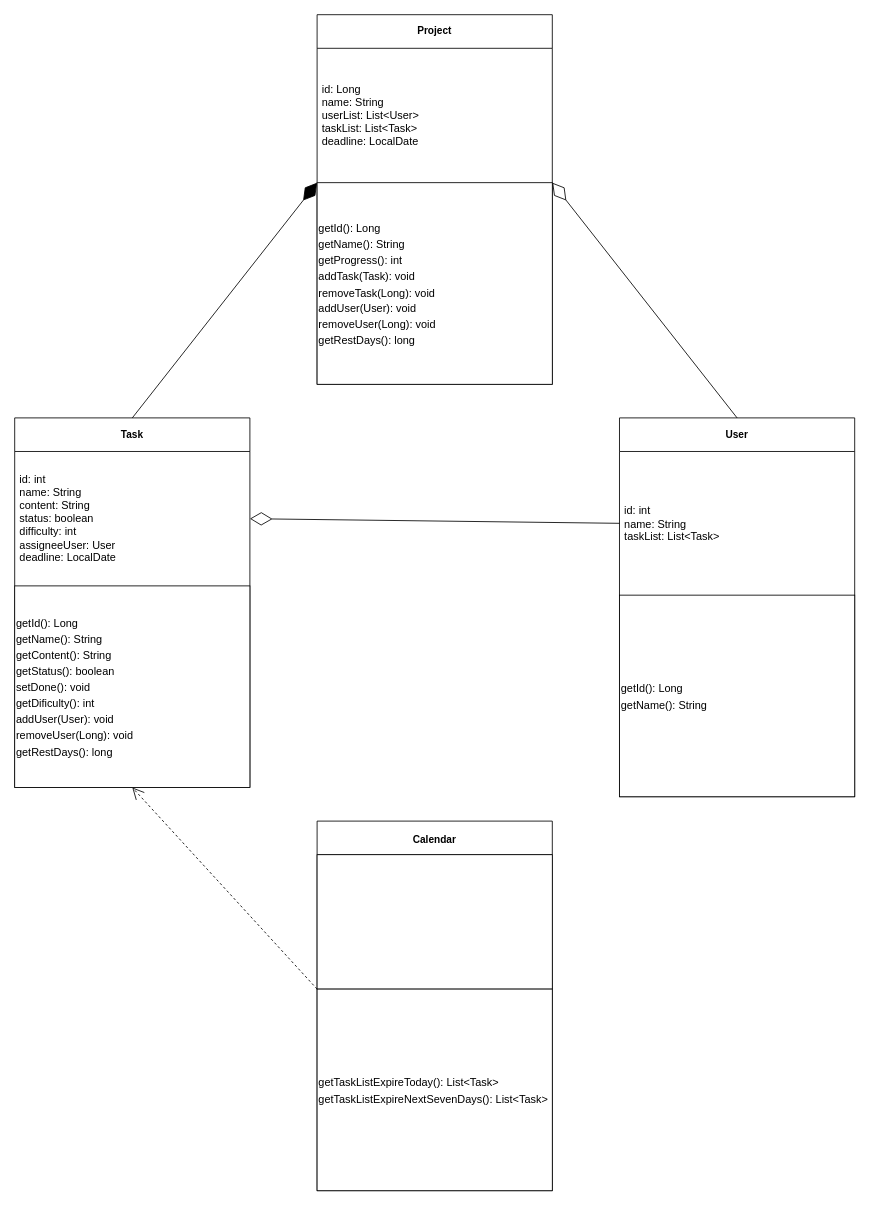
Above: uml.drawio in SibGuys/ood (draw.io), before the change. Source tidied: cells renumbered, new cells numbered last; positions are measured from the earlier drawing's top-left corner, leaving out a move shared by most shapes. Both pictures are drawn from the tidied source at 84%, with x=0, y=0 at pixel (14, 14).
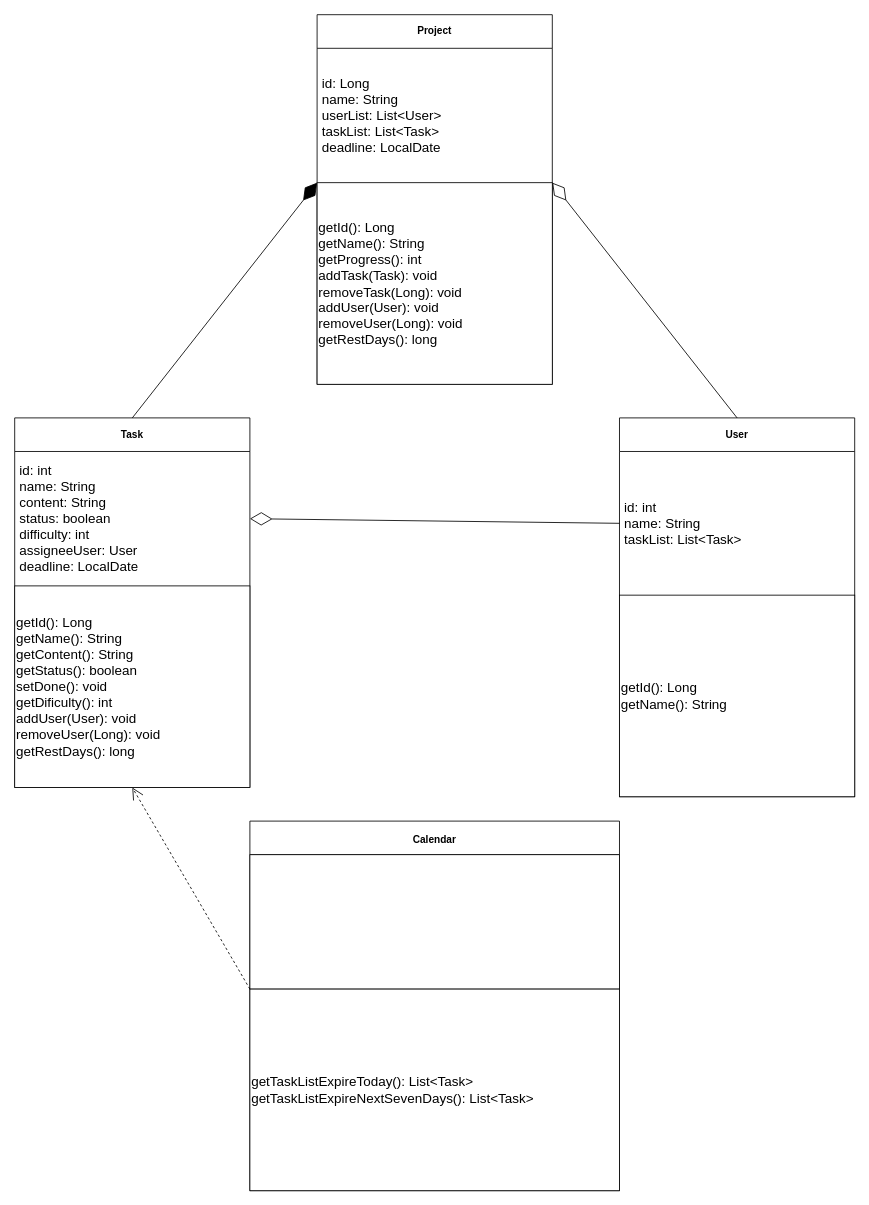
The same diagram, later.

Diff of the diagram source:
```diff
@@
 <mxGraphModel>
   <root>
     <mxCell id="0" />
     <mxCell id="1" parent="0" />
     <mxCell id="2" value="Task" style="swimlane;fontStyle=1;align=center;verticalAlign=middle;horizontal=1;startSize=40;html=1;whiteSpace=wrap;" parent="1" vertex="1">
       <mxGeometry y="480" width="280" height="440" as="geometry" />
     </mxCell>
-    <mxCell id="3" value="&lt;font style=&quot;font-size: 13px;&quot;&gt;id: int&lt;br&gt;name: String&lt;br&gt;content: String&lt;br&gt;status: boolean&lt;br&gt;difficulty: int&lt;br&gt;assigneeUser: User&lt;br&gt;deadline: LocalDate&lt;/font&gt;" style="text;html=1;strokeColor=none;fillColor=none;align=left;verticalAlign=middle;spacingLeft=4;spacingRight=4;overflow=hidden;points=[[0,0.5],[1,0.5]];portConstraint=eastwest;whiteSpace=wrap;" parent="2" vertex="1">
+    <mxCell id="3" value="&lt;font style=&quot;font-size: 16px;&quot;&gt;id: int&lt;br&gt;name: String&lt;br&gt;content: String&lt;br&gt;status: boolean&lt;br&gt;difficulty: int&lt;br&gt;assigneeUser: User&lt;br&gt;deadline: LocalDate&lt;/font&gt;" style="text;html=1;strokeColor=none;fillColor=none;align=left;verticalAlign=middle;spacingLeft=4;spacingRight=4;overflow=hidden;points=[[0,0.5],[1,0.5]];portConstraint=eastwest;whiteSpace=wrap;" parent="2" vertex="1">
       <mxGeometry y="40" width="280" height="160" as="geometry" />
     </mxCell>
-    <mxCell id="4" value="&lt;font style=&quot;font-size: 13px;&quot;&gt;getId(): Long&lt;br&gt;getName(): String&lt;br&gt;getContent(): String&lt;br&gt;getStatus(): boolean&lt;br&gt;setDone(): void&lt;br&gt;getDificulty(): int&lt;br&gt;addUser(User): void&lt;br&gt;removeUser(Long): void&lt;br&gt;getRestDays(): long&lt;br&gt;&lt;/font&gt;" style="rounded=0;whiteSpace=wrap;html=1;fontSize=16;align=left;" parent="2" vertex="1">
+    <mxCell id="4" value="&lt;font style=&quot;font-size: 16px;&quot;&gt;getId(): Long&lt;br&gt;getName(): String&lt;br&gt;getContent(): String&lt;br&gt;getStatus(): boolean&lt;br&gt;setDone(): void&lt;br&gt;getDificulty(): int&lt;br&gt;addUser(User): void&lt;br&gt;removeUser(Long): void&lt;br&gt;getRestDays(): long&lt;br&gt;&lt;/font&gt;" style="rounded=0;whiteSpace=wrap;html=1;fontSize=16;align=left;" parent="2" vertex="1">
       <mxGeometry y="200" width="280" height="240" as="geometry" />
     </mxCell>
     <mxCell id="5" value="Project" style="swimlane;fontStyle=1;align=center;verticalAlign=middle;horizontal=1;startSize=40;html=1;whiteSpace=wrap;" parent="1" vertex="1">
       <mxGeometry x="360" width="280" height="440" as="geometry" />
     </mxCell>
-    <mxCell id="6" value="&lt;font style=&quot;font-size: 13px;&quot;&gt;id: Long&lt;br&gt;name: String&lt;br&gt;userList: List&amp;lt;User&amp;gt;&lt;br&gt;taskList: List&amp;lt;Task&amp;gt;&lt;br&gt;deadline: LocalDate&lt;br&gt;&lt;/font&gt;" style="text;html=1;strokeColor=none;fillColor=none;align=left;verticalAlign=middle;spacingLeft=4;spacingRight=4;overflow=hidden;whiteSpace=wrap;" parent="5" vertex="1">
+    <mxCell id="6" value="&lt;font style=&quot;font-size: 16px;&quot;&gt;id: Long&lt;br&gt;name: String&lt;br&gt;userList: List&amp;lt;User&amp;gt;&lt;br&gt;taskList: List&amp;lt;Task&amp;gt;&lt;br&gt;deadline: LocalDate&lt;br&gt;&lt;/font&gt;" style="text;html=1;strokeColor=none;fillColor=none;align=left;verticalAlign=middle;spacingLeft=4;spacingRight=4;overflow=hidden;whiteSpace=wrap;" parent="5" vertex="1">
       <mxGeometry y="40" width="280" height="160" as="geometry" />
     </mxCell>
-    <mxCell id="7" value="&lt;font style=&quot;font-size: 13px;&quot;&gt;getId(): Long&lt;br&gt;getName(): String&lt;br&gt;getProgress(): int&lt;br&gt;addTask(Task): void&lt;br&gt;removeTask(Long): void&lt;br&gt;addUser(User): void&lt;br&gt;removeUser(Long): void&lt;br&gt;getRestDays(): long&lt;br&gt;&lt;/font&gt;" style="rounded=0;whiteSpace=wrap;html=1;fontSize=16;align=left;" parent="5" vertex="1">
+    <mxCell id="7" value="&lt;font style=&quot;font-size: 16px;&quot;&gt;getId(): Long&lt;br&gt;getName(): String&lt;br&gt;getProgress(): int&lt;br&gt;addTask(Task): void&lt;br&gt;removeTask(Long): void&lt;br&gt;addUser(User): void&lt;br&gt;removeUser(Long): void&lt;br&gt;getRestDays(): long&lt;br&gt;&lt;/font&gt;" style="rounded=0;whiteSpace=wrap;html=1;fontSize=16;align=left;" parent="5" vertex="1">
       <mxGeometry y="200" width="280" height="240" as="geometry" />
     </mxCell>
     <mxCell id="8" value="User" style="swimlane;fontStyle=1;align=center;verticalAlign=middle;horizontal=1;startSize=40;html=1;whiteSpace=wrap;" parent="1" vertex="1">
       <mxGeometry x="720" y="480" width="280" height="451" as="geometry" />
     </mxCell>
-    <mxCell id="9" value="&lt;font style=&quot;font-size: 13px;&quot;&gt;id: int&lt;br style=&quot;border-color: var(--border-color);&quot;&gt;name: String&lt;br&gt;taskList: List&amp;lt;Task&amp;gt;&lt;br&gt;&lt;/font&gt;" style="text;html=1;strokeColor=none;fillColor=none;align=left;verticalAlign=middle;spacingLeft=4;spacingRight=4;overflow=hidden;points=[[0,0.5],[1,0.5]];portConstraint=eastwest;whiteSpace=wrap;" parent="8" vertex="1">
+    <mxCell id="9" value="&lt;font style=&quot;font-size: 16px;&quot;&gt;id: int&lt;br style=&quot;border-color: var(--border-color);&quot;&gt;name: String&lt;br&gt;taskList: List&amp;lt;Task&amp;gt;&lt;br&gt;&lt;/font&gt;" style="text;html=1;strokeColor=none;fillColor=none;align=left;verticalAlign=middle;spacingLeft=4;spacingRight=4;overflow=hidden;points=[[0,0.5],[1,0.5]];portConstraint=eastwest;whiteSpace=wrap;" parent="8" vertex="1">
       <mxGeometry y="40" width="280" height="171" as="geometry" />
     </mxCell>
-    <mxCell id="10" value="&lt;font style=&quot;font-size: 13px;&quot;&gt;getId(): Long&lt;br&gt;getName(): String&lt;br&gt;&lt;/font&gt;" style="rounded=0;whiteSpace=wrap;html=1;fontSize=16;align=left;" parent="8" vertex="1">
+    <mxCell id="10" value="&lt;font style=&quot;font-size: 16px;&quot;&gt;getId(): Long&lt;br&gt;getName(): String&lt;br&gt;&lt;/font&gt;" style="rounded=0;whiteSpace=wrap;html=1;fontSize=16;align=left;" parent="8" vertex="1">
       <mxGeometry y="211" width="280" height="240" as="geometry" />
     </mxCell>
     <mxCell id="11" value="&lt;font style=&quot;font-size: 12px;&quot;&gt;Calendar&lt;/font&gt;" style="swimlane;fontStyle=1;align=center;verticalAlign=middle;horizontal=1;startSize=40;html=1;whiteSpace=wrap;fontSize=16;" parent="1" vertex="1">
-      <mxGeometry x="360" y="960" width="280" height="440" as="geometry" />
+      <mxGeometry x="280" y="960" width="440" height="440" as="geometry" />
     </mxCell>
     <mxCell id="12" style="rounded=0;whiteSpace=wrap;html=1;fontSize=16;align=left;" parent="11" vertex="1">
-      <mxGeometry y="40" width="280" height="160" as="geometry" />
+      <mxGeometry y="40" width="440" height="160" as="geometry" />
     </mxCell>
-    <mxCell id="13" value="&lt;font style=&quot;font-size: 13px;&quot;&gt;getTaskListExpireToday(): List&amp;lt;Task&amp;gt;&lt;br style=&quot;border-color: var(--border-color);&quot;&gt;&lt;span style=&quot;&quot;&gt;getTaskListExpireNextSevenDays(): List&amp;lt;Task&amp;gt;&lt;/span&gt;&lt;/font&gt;" style="rounded=0;whiteSpace=wrap;html=1;fontSize=16;align=left;" parent="11" vertex="1">
-      <mxGeometry y="200" width="280" height="240" as="geometry" />
+    <mxCell id="13" value="&lt;font style=&quot;font-size: 16px;&quot;&gt;getTaskListExpireToday(): List&amp;lt;Task&amp;gt;&lt;br style=&quot;border-color: var(--border-color);&quot;&gt;&lt;span style=&quot;&quot;&gt;getTaskListExpireNextSevenDays(): List&amp;lt;Task&amp;gt;&lt;/span&gt;&lt;/font&gt;" style="rounded=0;whiteSpace=wrap;html=1;fontSize=16;align=left;" parent="11" vertex="1">
+      <mxGeometry y="200" width="440" height="240" as="geometry" />
     </mxCell>
     <mxCell id="14" style="endArrow=diamondThin;endFill=0;endSize=24;html=1;rounded=0;exitX=0;exitY=0.5;exitDx=0;exitDy=0;entryX=1;entryY=0.5;entryDx=0;entryDy=0;" parent="1" edge="1" source="9" target="3">
       <mxGeometry relative="1" as="geometry" />
     </mxCell>
     <mxCell id="15" style="endArrow=diamondThin;endFill=0;endSize=24;html=1;rounded=0;exitX=0.5;exitY=0;exitDx=0;exitDy=0;entryX=1;entryY=0;entryDx=0;entryDy=0;" parent="1" edge="1" source="8" target="7">
       <mxGeometry relative="1" as="geometry" />
     </mxCell>
     <mxCell id="16" style="endArrow=open;endSize=12;dashed=1;html=1;rounded=0;exitX=0;exitY=0;exitDx=0;exitDy=0;entryX=0.5;entryY=1;entryDx=0;entryDy=0;" parent="1" edge="1" source="13" target="2">
       <mxGeometry relative="1" as="geometry" />
     </mxCell>
     <mxCell id="17" style="endArrow=diamondThin;endFill=1;endSize=24;html=1;rounded=0;exitX=0.5;exitY=0;exitDx=0;exitDy=0;entryX=0;entryY=0;entryDx=0;entryDy=0;" parent="1" edge="1" source="2" target="7">
       <mxGeometry relative="1" as="geometry" />
     </mxCell>
   </root>
 </mxGraphModel>
```
